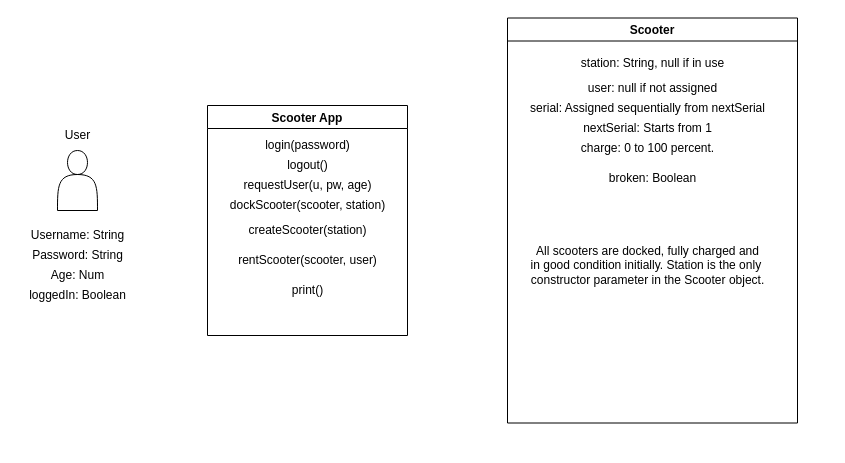
The draw.io diagram uml.drawio in t0mbogle/scooter-project-OOP, before the edit. Source tidied: cells renumbered, new cells numbered last; positions are measured from the earlier drawing's top-left corner, leaving out a move shared by most shapes. Both pictures are drawn from the tidied source at 100%, with x=0, y=0 at pixel (17, 18).
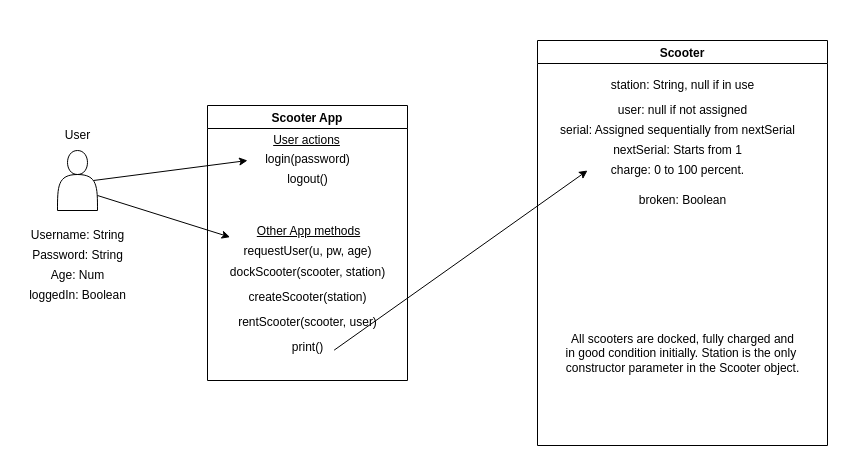
The same page after the edit.

Commit message:
Updated use case UML diagram

The change refers to these unchanged cells:
```xml
<mxCell id="2" style="shape=actor;whiteSpace=wrap;html=1;" parent="1" vertex="1">
  <mxGeometry x="40" y="132" width="40" height="60" as="geometry" />
</mxCell>
```

What changed in the source:
```diff
@@
+    <mxCell id="24" style="edgeStyle=none;html=1;exitX=0.9;exitY=0.5;exitDx=0;exitDy=0;exitPerimeter=0;" parent="1" edge="1" source="2">
+      <mxGeometry relative="1" as="geometry">
+        <mxPoint x="230" y="142" as="targetPoint" />
+      </mxGeometry>
+    </mxCell>
+    <mxCell id="25" style="edgeStyle=none;html=1;exitX=1;exitY=0.75;exitDx=0;exitDy=0;entryX=-0.016;entryY=0.022;entryDx=0;entryDy=0;entryPerimeter=0;" parent="1" edge="1" source="2" target="20">
+      <mxGeometry relative="1" as="geometry" />
+    </mxCell>
@@
     <mxCell id="4" value="Scooter" style="swimlane;" parent="1" vertex="1">
-      <mxGeometry x="490" y="-0.5" width="290" height="405" as="geometry" />
+      <mxGeometry x="520" y="22" width="290" height="405" as="geometry" />
     </mxCell>
@@
     <mxCell id="11" value="All scooters are docked, fully charged and &lt;br&gt;in good condition initially. Station is the only&amp;nbsp;&lt;br&gt;constructor parameter in the Scooter object." style="text;html=1;align=center;verticalAlign=middle;strokeColor=none;fillColor=none;" parent="4" vertex="1">
-      <mxGeometry x="10" y="217.5" width="260" height="60" as="geometry" />
+      <mxGeometry x="15" y="282.5" width="260" height="60" as="geometry" />
     </mxCell>
@@
+    <mxCell id="26" style="edgeStyle=none;html=1;exitX=1.033;exitY=0.589;exitDx=0;exitDy=0;exitPerimeter=0;" parent="1" edge="1" source="21">
+      <mxGeometry relative="1" as="geometry">
+        <mxPoint x="570" y="152" as="targetPoint" />
+      </mxGeometry>
+    </mxCell>
     <mxCell id="16" value="Scooter App" style="swimlane;" parent="1" vertex="1">
-      <mxGeometry x="190" y="87" width="200" height="230" as="geometry" />
+      <mxGeometry x="190" y="87" width="200" height="275" as="geometry" />
     </mxCell>
     <mxCell id="17" value="login(password)" style="text;html=1;align=center;verticalAlign=middle;strokeColor=none;fillColor=none;" parent="16" vertex="1">
-      <mxGeometry x="45" y="25" width="110" height="30" as="geometry" />
+      <mxGeometry x="45" y="39" width="110" height="30" as="geometry" />
     </mxCell>
     <mxCell id="18" value="logout()" style="text;html=1;align=center;verticalAlign=middle;strokeColor=none;fillColor=none;" parent="16" vertex="1">
-      <mxGeometry x="70" y="45" width="60" height="30" as="geometry" />
+      <mxGeometry x="70" y="59" width="60" height="30" as="geometry" />
     </mxCell>
     <mxCell id="19" value="dockScooter(scooter, station)" style="text;html=1;align=center;verticalAlign=middle;strokeColor=none;fillColor=none;" parent="16" vertex="1">
-      <mxGeometry x="10" y="85" width="180" height="30" as="geometry" />
+      <mxGeometry x="10" y="152" width="180" height="30" as="geometry" />
     </mxCell>
     <mxCell id="20" value="requestUser(u, pw, age)" style="text;html=1;align=center;verticalAlign=middle;points=[];strokeColor=none;fillColor=none;" parent="16" vertex="1">
-      <mxGeometry x="25" y="65" width="150" height="30" as="geometry" />
+      <mxGeometry x="25" y="131" width="150" height="30" as="geometry" />
     </mxCell>
     <mxCell id="21" value="print()" style="text;html=1;align=center;verticalAlign=middle;points=[];strokeColor=none;fillColor=none;" parent="16" vertex="1">
-      <mxGeometry x="75" y="170" width="50" height="30" as="geometry" />
+      <mxGeometry x="75" y="227" width="50" height="30" as="geometry" />
     </mxCell>
     <mxCell id="22" value="createScooter(station)" style="text;html=1;align=center;verticalAlign=middle;strokeColor=none;fillColor=none;" parent="16" vertex="1">
-      <mxGeometry x="30" y="110" width="140" height="30" as="geometry" />
+      <mxGeometry x="30" y="177" width="140" height="30" as="geometry" />
     </mxCell>
     <mxCell id="23" value="rentScooter(scooter, user)" style="text;html=1;align=center;verticalAlign=middle;strokeColor=none;fillColor=none;" parent="16" vertex="1">
-      <mxGeometry x="20" y="140" width="160" height="30" as="geometry" />
+      <mxGeometry x="20" y="202" width="160" height="30" as="geometry" />
     </mxCell>
+    <mxCell id="27" value="&lt;u&gt;User actions&lt;/u&gt;" style="text;html=1;align=center;verticalAlign=middle;strokeColor=none;fillColor=none;" parent="16" vertex="1">
+      <mxGeometry x="54" y="20" width="90" height="30" as="geometry" />
+    </mxCell>
+    <mxCell id="28" value="&lt;u&gt;Other App methods&lt;/u&gt;" style="text;html=1;align=center;verticalAlign=middle;strokeColor=none;fillColor=none;" parent="1" vertex="1">
+      <mxGeometry x="226" y="198" width="130" height="30" as="geometry" />
+    </mxCell>
```
